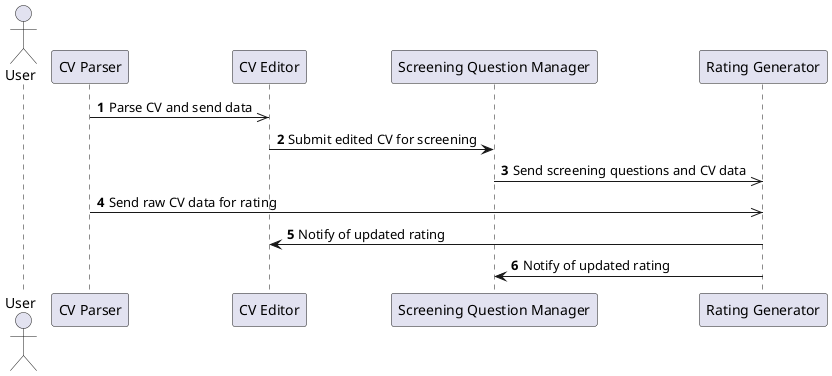
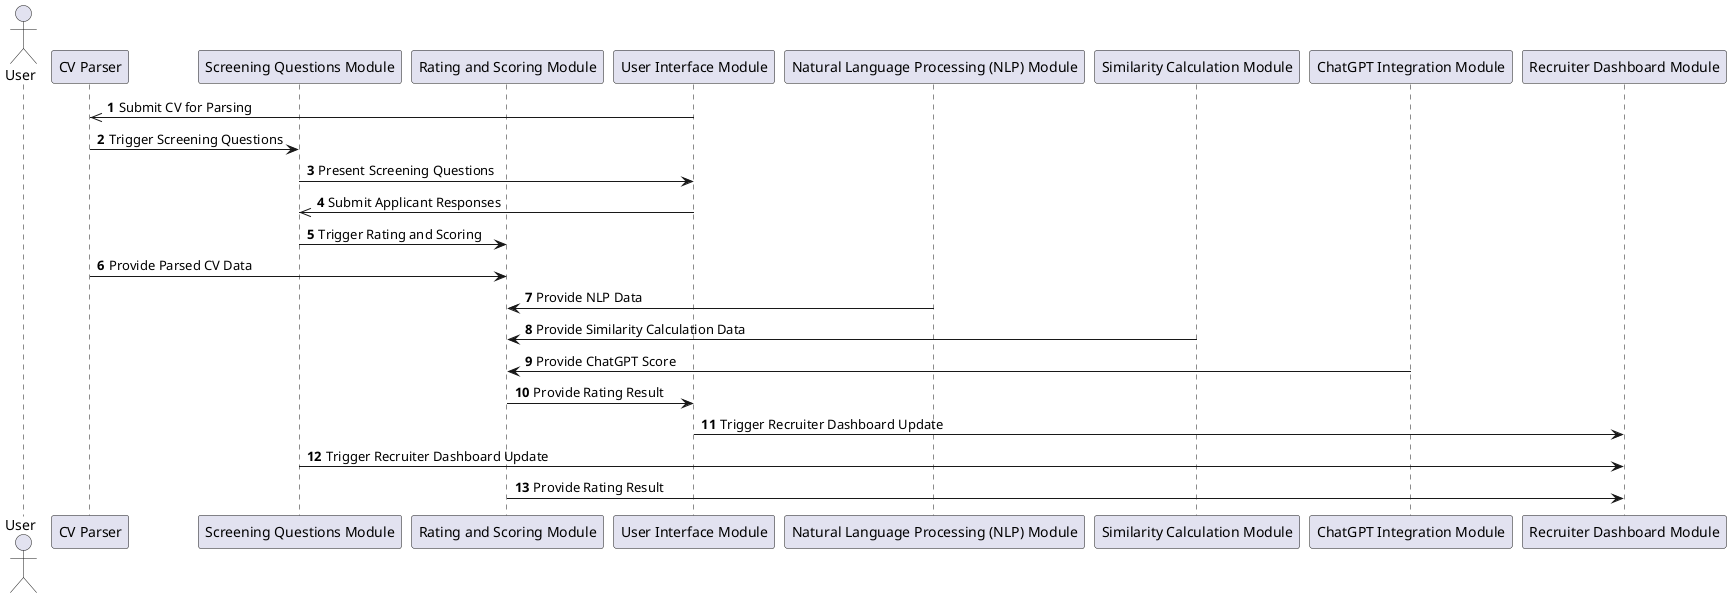
@startuml
autonumber
actor User
participant "CV Parser" as CVParser
- participant "CV Editor" as CVEditor
- participant "Screening Question Manager" as ScreeningQuestionManager
- participant "Rating Generator" as RatingGenerator
- CVParser ->> CVEditor : Parse CV and send data
- CVEditor -> ScreeningQuestionManager : Submit edited CV for screening
- ScreeningQuestionManager ->> RatingGenerator : Send screening questions and CV data
- CVParser ->> RatingGenerator : Send raw CV data for rating
- RatingGenerator -> CVEditor : Notify of updated rating
- RatingGenerator -> ScreeningQuestionManager : Notify of updated rating
+ participant "Screening Questions Module" as ScreeningQuestionsModule
+ participant "Rating and Scoring Module" as RatingandScoringModule
+ participant "User Interface Module" as UserInterfaceModule
+ participant "Natural Language Processing (NLP) Module" as NaturalLanguageProcessingNLPModule
+ participant "Similarity Calculation Module" as SimilarityCalculationModule
+ participant "ChatGPT Integration Module" as ChatGPTIntegrationModule
+ participant "Recruiter Dashboard Module" as RecruiterDashboardModule
+ UserInterfaceModule ->> CVParser : Submit CV for Parsing
+ CVParser -> ScreeningQuestionsModule : Trigger Screening Questions
+ ScreeningQuestionsModule -> UserInterfaceModule : Present Screening Questions
+ UserInterfaceModule ->> ScreeningQuestionsModule : Submit Applicant Responses
+ ScreeningQuestionsModule -> RatingandScoringModule : Trigger Rating and Scoring
+ CVParser -> RatingandScoringModule : Provide Parsed CV Data
+ NaturalLanguageProcessingNLPModule -> RatingandScoringModule : Provide NLP Data
+ SimilarityCalculationModule -> RatingandScoringModule : Provide Similarity Calculation Data
+ ChatGPTIntegrationModule -> RatingandScoringModule : Provide ChatGPT Score
+ RatingandScoringModule -> UserInterfaceModule : Provide Rating Result
+ UserInterfaceModule -> RecruiterDashboardModule : Trigger Recruiter Dashboard Update
+ ScreeningQuestionsModule -> RecruiterDashboardModule : Trigger Recruiter Dashboard Update
+ RatingandScoringModule -> RecruiterDashboardModule : Provide Rating Result
@enduml